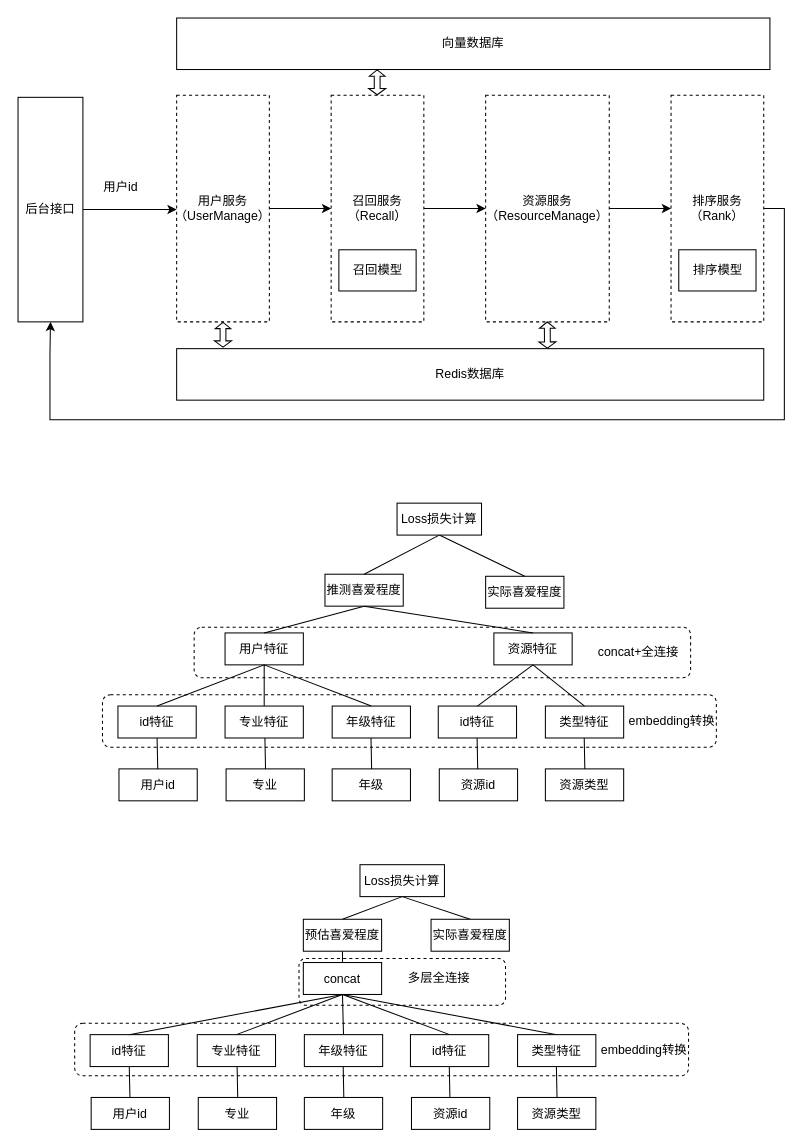
This is 宇文化.drawio from specychicken/drawIO2, a draw.io file, before an edit. Source tidied: cells renumbered, new cells numbered last; positions are measured from the earlier drawing's top-left corner, leaving out a move shared by most shapes. Both pictures are drawn from the tidied source at 103%, with x=0, y=0 at pixel (18, 18).
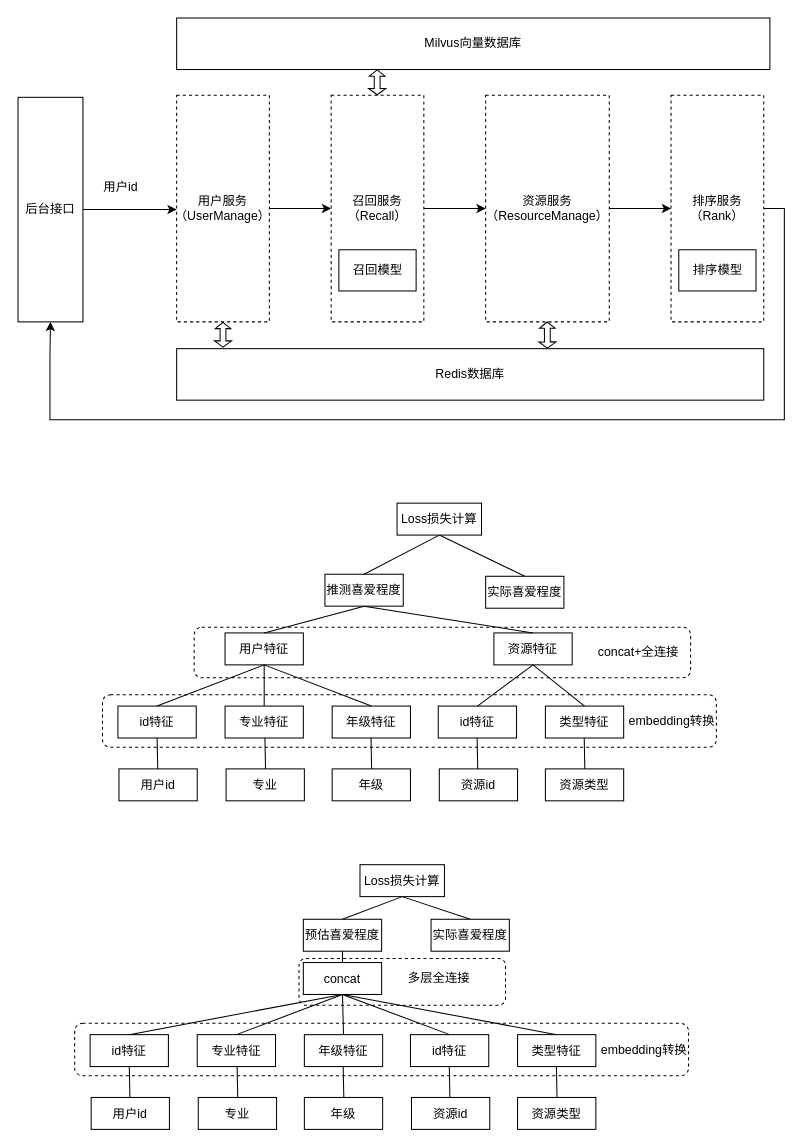
The same page after the edit.

Commit message:
更新宇文化.drawio

The edit, as a diff of the source:
```diff
@@
-    <mxCell id="14" value="向量数据库" style="rounded=0;whiteSpace=wrap;html=1;" parent="1" vertex="1">
+    <mxCell id="14" value="&lt;span style=&quot;background-color: initial;&quot;&gt;Milvus&lt;/span&gt;向量数据库" style="rounded=0;whiteSpace=wrap;html=1;" parent="1" vertex="1">
       <mxGeometry x="154" width="576" height="50" as="geometry" />
     </mxCell>
```
